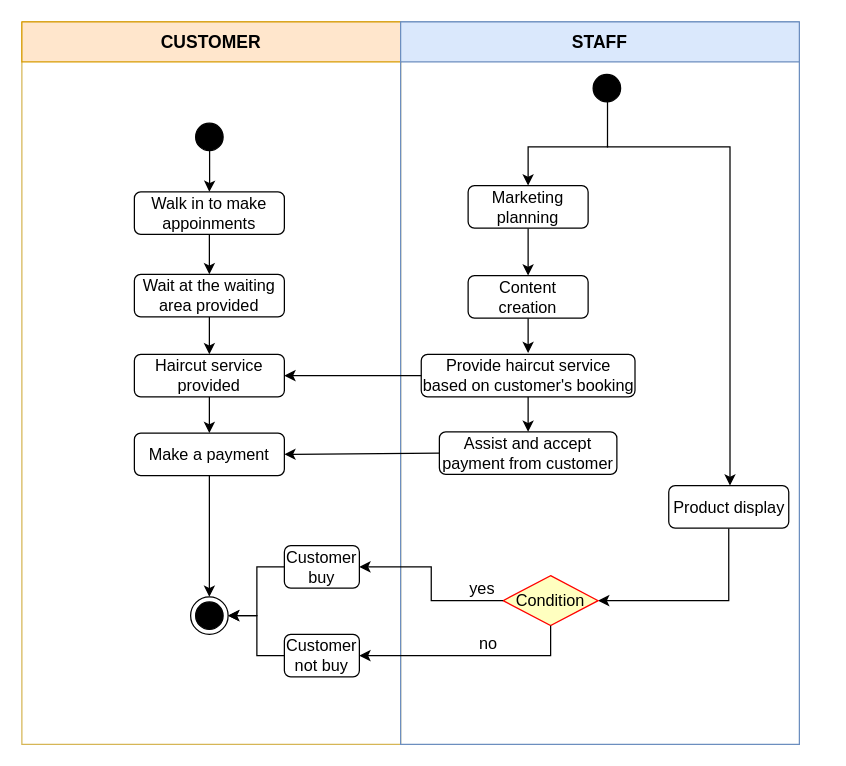
Before: Activity Diagram Current Business.drawio in AbeSoll/Draw.io, a draw.io diagram. Source tidied: cells renumbered, new cells numbered last; positions are measured from the earlier drawing's top-left corner, leaving out a move shared by most shapes. Both pictures are drawn from the tidied source at 125%, with x=0, y=0 at pixel (21, 21).
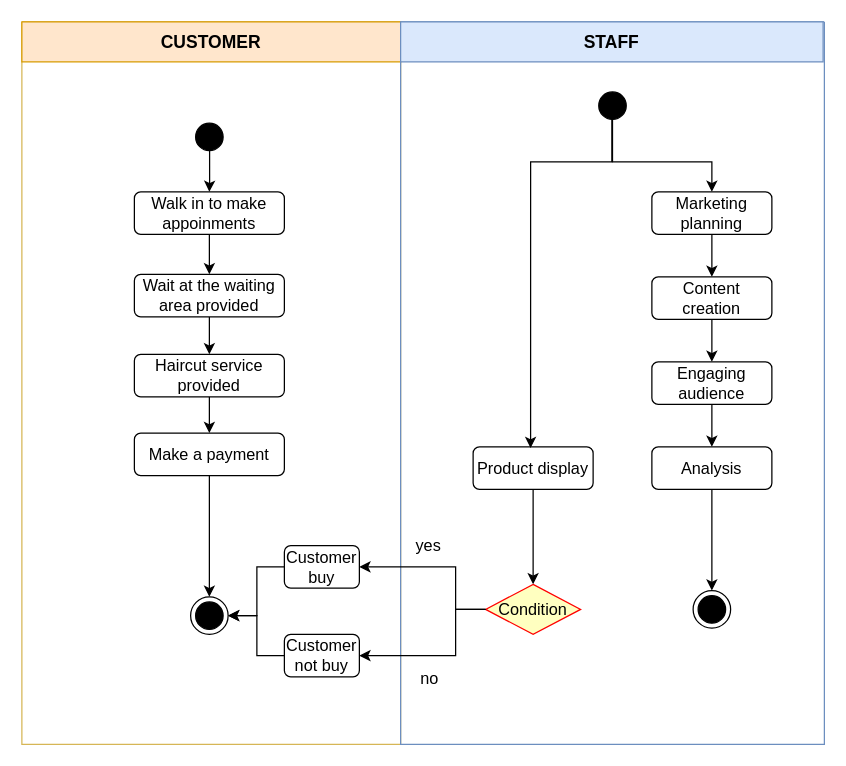
The same page after the edit.

Unchanged cells that the change refers to:
```xml
<mxCell id="8" value="Haircut service provided" style="rounded=1;whiteSpace=wrap;html=1;fontSize=13;" parent="2" vertex="1">
  <mxGeometry x="90" y="266" width="120" height="34" as="geometry" />
</mxCell>
<mxCell id="10" value="Make a payment" style="rounded=1;whiteSpace=wrap;html=1;fontSize=13;" parent="2" vertex="1">
  <mxGeometry x="90" y="329" width="120" height="34" as="geometry" />
</mxCell>
<mxCell id="14" value="Customer buy" style="rounded=1;whiteSpace=wrap;html=1;fontSize=13;" parent="2" vertex="1">
  <mxGeometry x="210" y="419" width="60" height="34" as="geometry" />
</mxCell>
<mxCell id="16" value="Customer not buy" style="rounded=1;whiteSpace=wrap;html=1;fontSize=13;" parent="2" vertex="1">
  <mxGeometry x="210" y="490" width="60" height="34" as="geometry" />
</mxCell>
```

Diff of the diagram source:
```diff
@@
     <mxCell id="19" style="swimlane;startSize=0;fillColor=#dae8fc;strokeColor=#6c8ebf;" parent="1" vertex="1">
-      <mxGeometry x="303" width="319" height="578" as="geometry" />
+      <mxGeometry x="303" width="339" height="578" as="geometry" />
     </mxCell>
-    <mxCell id="20" style="edgeStyle=orthogonalEdgeStyle;rounded=0;jettySize=auto;html=1;exitX=0.517;exitY=0.867;exitDx=0;exitDy=0;entryX=0.5;entryY=0;entryDx=0;entryDy=0;exitPerimeter=0;fontSize=13;" parent="19" edge="1" source="21" target="23">
-      <mxGeometry relative="1" as="geometry">
-        <Array as="points">
-          <mxPoint x="165" y="100" />
-          <mxPoint x="102" y="100" />
-        </Array>
-      </mxGeometry>
-    </mxCell>
     <mxCell id="21" style="ellipse;html=1;shape=startState;fillColor=#000000;strokeColor=#000000;" parent="19" vertex="1">
-      <mxGeometry x="150" y="38" width="30" height="30" as="geometry" />
+      <mxGeometry x="154.5" y="52" width="30" height="30" as="geometry" />
     </mxCell>
-    <mxCell id="22" style="edgeStyle=orthogonalEdgeStyle;rounded=0;jettySize=auto;html=1;exitX=0.5;exitY=1;exitDx=0;exitDy=0;entryX=0.5;entryY=0;entryDx=0;entryDy=0;fontSize=13;" parent="19" edge="1" source="23" target="25">
-      <mxGeometry relative="1" as="geometry" />
-    </mxCell>
     <mxCell id="23" value="Marketing planning" style="rounded=1;whiteSpace=wrap;html=1;fontSize=13;" parent="19" vertex="1">
-      <mxGeometry x="54" y="131" width="96" height="34" as="geometry" />
+      <mxGeometry x="201" y="136" width="96" height="34" as="geometry" />
     </mxCell>
-    <mxCell id="24" style="edgeStyle=orthogonalEdgeStyle;rounded=0;jettySize=auto;html=1;exitX=0.5;exitY=1;exitDx=0;exitDy=0;entryX=0.5;entryY=0;entryDx=0;entryDy=0;fontSize=13;" parent="19" edge="1" source="25">
-      <mxGeometry relative="1" as="geometry">
-        <mxPoint x="102" y="265" as="targetPoint" />
-      </mxGeometry>
-    </mxCell>
     <mxCell id="25" value="Content creation" style="rounded=1;whiteSpace=wrap;html=1;fontSize=13;" parent="19" vertex="1">
-      <mxGeometry x="54" y="203" width="96" height="34" as="geometry" />
+      <mxGeometry x="201" y="204" width="96" height="34" as="geometry" />
     </mxCell>
-    <mxCell id="26" style="edgeStyle=orthogonalEdgeStyle;rounded=0;jettySize=auto;html=1;exitX=0.5;exitY=1;exitDx=0;exitDy=0;entryX=0.5;entryY=0;entryDx=0;entryDy=0;fontSize=13;" parent="19" edge="1" target="28">
-      <mxGeometry relative="1" as="geometry">
-        <mxPoint x="102" y="299" as="sourcePoint" />
-      </mxGeometry>
-    </mxCell>
-    <mxCell id="27" value="Provide haircut service based on customer's booking" style="rounded=1;whiteSpace=wrap;html=1;fontSize=13;" parent="19" vertex="1">
-      <mxGeometry x="16.5" y="266" width="171" height="34" as="geometry" />
-    </mxCell>
-    <mxCell id="28" value="Assist and accept payment from customer" style="rounded=1;whiteSpace=wrap;html=1;fontSize=13;" parent="19" vertex="1">
-      <mxGeometry x="31" y="328" width="142" height="34" as="geometry" />
-    </mxCell>
-    <mxCell id="29" style="edgeStyle=orthogonalEdgeStyle;rounded=0;jettySize=auto;html=1;exitX=0.5;exitY=1;exitDx=0;exitDy=0;entryX=1;entryY=0.5;entryDx=0;entryDy=0;fontSize=13;" parent="19" edge="1" source="30" target="32">
-      <mxGeometry relative="1" as="geometry" />
-    </mxCell>
     <mxCell id="30" value="Product display" style="rounded=1;whiteSpace=wrap;html=1;fontSize=13;" parent="19" vertex="1">
-      <mxGeometry x="214.5" y="371" width="96" height="34" as="geometry" />
+      <mxGeometry x="58" y="340" width="96" height="34" as="geometry" />
     </mxCell>
-    <mxCell id="31" style="edgeStyle=orthogonalEdgeStyle;rounded=0;orthogonalLoop=1;jettySize=auto;html=1;entryX=0.5;entryY=0;entryDx=0;entryDy=0;fontSize=13;" parent="19" edge="1">
-      <mxGeometry relative="1" as="geometry">
-        <mxPoint x="165.5" y="99" as="sourcePoint" />
-        <mxPoint x="263.5" y="371" as="targetPoint" />
-        <Array as="points">
-          <mxPoint x="165" y="100" />
-          <mxPoint x="264" y="100" />
-        </Array>
-      </mxGeometry>
-    </mxCell>
     <mxCell id="32" value="Condition" style="rhombus;whiteSpace=wrap;html=1;fontColor=#000000;fillColor=#ffffc0;strokeColor=#ff0000;fontSize=13;" parent="19" vertex="1">
-      <mxGeometry x="82" y="443" width="76" height="40" as="geometry" />
+      <mxGeometry x="68" y="450" width="76" height="40" as="geometry" />
     </mxCell>
     <mxCell id="33" value="STAFF" style="html=1;whiteSpace=wrap;fillColor=#dae8fc;strokeColor=#6c8ebf;fontStyle=1;fontSize=14;" parent="19" vertex="1">
-      <mxGeometry width="319" height="32" as="geometry" />
+      <mxGeometry width="338" height="32" as="geometry" />
     </mxCell>
-    <mxCell id="34" style="rounded=0;jettySize=auto;html=1;exitX=0;exitY=0.5;exitDx=0;exitDy=0;entryX=1;entryY=0.5;entryDx=0;entryDy=0;fontSize=13;" parent="1" edge="1" source="27" target="8">
-      <mxGeometry relative="1" as="geometry" />
-    </mxCell>
-    <mxCell id="35" style="rounded=0;jettySize=auto;html=1;exitX=0;exitY=0.5;exitDx=0;exitDy=0;entryX=1;entryY=0.5;entryDx=0;entryDy=0;fontSize=13;" parent="1" edge="1" source="28" target="10">
-      <mxGeometry relative="1" as="geometry" />
-    </mxCell>
+    <mxCell id="40" value="Engaging audience" style="rounded=1;whiteSpace=wrap;html=1;fontSize=13;" parent="19" vertex="1">
+      <mxGeometry x="201" y="272" width="96" height="34" as="geometry" />
+    </mxCell>
+    <mxCell id="41" style="edgeStyle=orthogonalEdgeStyle;rounded=0;jettySize=auto;html=1;exitX=0.5;exitY=1;exitDx=0;exitDy=0;entryX=0.5;entryY=0;entryDx=0;entryDy=0;" parent="19" edge="1" source="42" target="45">
+      <mxGeometry relative="1" as="geometry" />
+    </mxCell>
+    <mxCell id="42" value="Analysis" style="rounded=1;whiteSpace=wrap;html=1;fontSize=13;" parent="19" vertex="1">
+      <mxGeometry x="201" y="340" width="96" height="34" as="geometry" />
+    </mxCell>
+    <mxCell id="29" style="endArrow=classic;html=1;rounded=0;exitX=0.5;exitY=1;exitDx=0;exitDy=0;entryX=0.5;entryY=0;entryDx=0;entryDy=0;" parent="19" edge="1" source="30" target="32">
+      <mxGeometry relative="1" as="geometry" />
+    </mxCell>
+    <mxCell id="22" style="edgeStyle=orthogonalEdgeStyle;rounded=0;jettySize=auto;html=1;exitX=0.5;exitY=1;exitDx=0;exitDy=0;entryX=0.5;entryY=0;entryDx=0;entryDy=0;fontSize=13;" parent="19" edge="1" source="23" target="25">
+      <mxGeometry relative="1" as="geometry" />
+    </mxCell>
+    <mxCell id="43" style="edgeStyle=orthogonalEdgeStyle;rounded=0;jettySize=auto;html=1;exitX=0.5;exitY=1;exitDx=0;exitDy=0;entryX=0.5;entryY=0;entryDx=0;entryDy=0;fontSize=13;" parent="19" edge="1" source="25" target="40">
+      <mxGeometry relative="1" as="geometry" />
+    </mxCell>
+    <mxCell id="44" style="edgeStyle=orthogonalEdgeStyle;rounded=0;jettySize=auto;html=1;exitX=0.5;exitY=1;exitDx=0;exitDy=0;entryX=0.5;entryY=0;entryDx=0;entryDy=0;fontSize=13;" parent="19" edge="1" source="40" target="42">
+      <mxGeometry relative="1" as="geometry" />
+    </mxCell>
+    <mxCell id="20" style="endArrow=classic;html=1;rounded=0;edgeStyle=orthogonalEdgeStyle;entryX=0.5;entryY=0;entryDx=0;entryDy=0;exitX=0.5;exitY=0.367;exitDx=0;exitDy=0;exitPerimeter=0;" parent="19" edge="1" source="21" target="23">
+      <mxGeometry relative="1" as="geometry">
+        <Array as="points">
+          <mxPoint x="170" y="112" />
+          <mxPoint x="249" y="112" />
+        </Array>
+      </mxGeometry>
+    </mxCell>
+    <mxCell id="45" style="ellipse;html=1;shape=endState;fillColor=#000000;strokeColor=#000000;fontSize=13;" parent="19" vertex="1">
+      <mxGeometry x="234" y="455" width="30" height="30" as="geometry" />
+    </mxCell>
     <mxCell id="36" style="edgeStyle=orthogonalEdgeStyle;rounded=0;jettySize=auto;html=1;exitX=0;exitY=0.5;exitDx=0;exitDy=0;entryX=1;entryY=0.5;entryDx=0;entryDy=0;fontSize=13;" parent="1" edge="1" source="32" target="14">
-      <mxGeometry relative="1" as="geometry" />
+      <mxGeometry relative="1" as="geometry">
+        <Array as="points">
+          <mxPoint x="347" y="470" />
+          <mxPoint x="347" y="436" />
+        </Array>
+      </mxGeometry>
     </mxCell>
     <mxCell id="37" value="yes" style="edgeLabel;html=1;align=center;verticalAlign=middle;fontSize=13;" parent="36" vertex="1">
       <mxGeometry x="-0.54" relative="1" as="geometry">
-        <mxPoint x="15" y="-11" as="offset" />
+        <mxPoint x="-23" y="-45" as="offset" />
       </mxGeometry>
     </mxCell>
-    <mxCell id="38" style="edgeStyle=orthogonalEdgeStyle;rounded=0;jettySize=auto;html=1;exitX=0.5;exitY=1;exitDx=0;exitDy=0;entryX=1;entryY=0.5;entryDx=0;entryDy=0;fontSize=13;" parent="1" edge="1" source="32" target="16">
-      <mxGeometry relative="1" as="geometry" />
+    <mxCell id="38" style="edgeStyle=orthogonalEdgeStyle;rounded=0;jettySize=auto;html=1;exitX=0;exitY=0.5;exitDx=0;exitDy=0;entryX=1;entryY=0.5;entryDx=0;entryDy=0;fontSize=13;" parent="1" edge="1" source="32" target="16">
+      <mxGeometry relative="1" as="geometry">
+        <Array as="points">
+          <mxPoint x="347" y="470" />
+          <mxPoint x="347" y="507" />
+        </Array>
+      </mxGeometry>
     </mxCell>
     <mxCell id="39" value="no" style="edgeLabel;html=1;align=center;verticalAlign=middle;fontSize=13;" parent="38" vertex="1">
-      <mxGeometry x="-0.27" y="-1" relative="1" as="geometry">
-        <mxPoint x="-10" y="-10" as="offset" />
+      <mxGeometry x="-0.54" relative="1" as="geometry">
+        <mxPoint x="-22" y="46" as="offset" />
       </mxGeometry>
     </mxCell>
+    <mxCell id="46" style="endArrow=classic;html=1;rounded=0;edgeStyle=orthogonalEdgeStyle;entryX=0.479;entryY=0.029;entryDx=0;entryDy=0;entryPerimeter=0;" parent="1" edge="1" target="30">
+      <mxGeometry relative="1" as="geometry">
+        <mxPoint x="472" y="67" as="sourcePoint" />
+        <Array as="points">
+          <mxPoint x="472" y="68" />
+          <mxPoint x="472" y="112" />
+          <mxPoint x="407" y="112" />
+        </Array>
+      </mxGeometry>
+    </mxCell>
```
